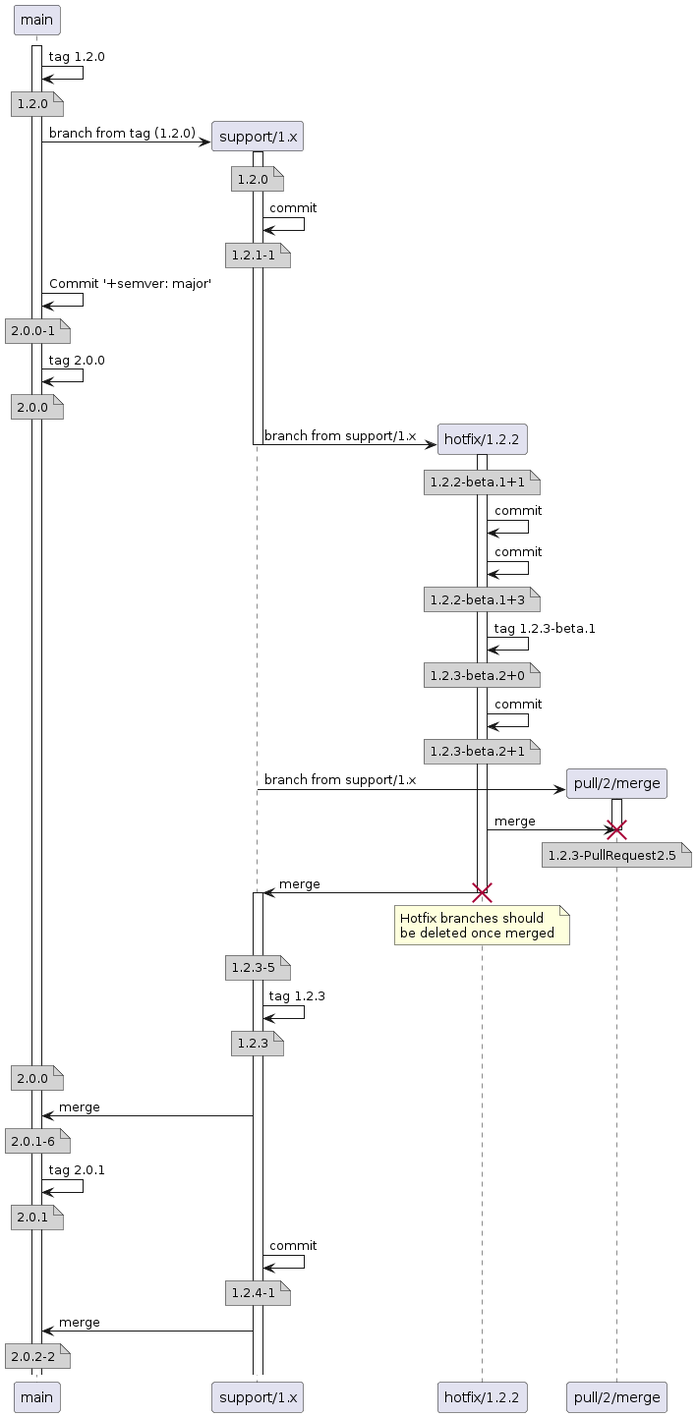
Before: docs/input/docs/img/DocumentationSamplesForGitFlow_SupportBranch.png, a diagram exported from PlantUML (GitTools/GitVersion).
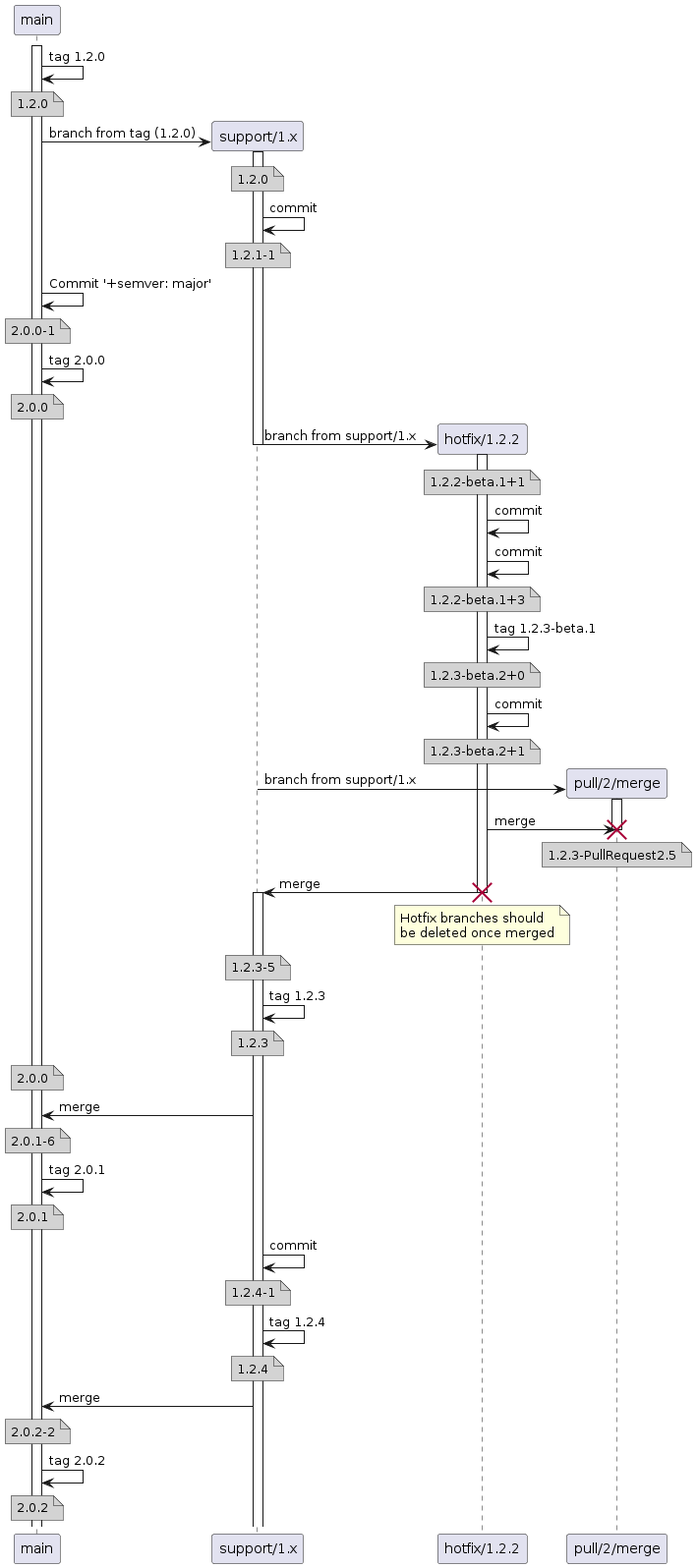
Later version of the same file.

Diff of the diagram source:
```diff
@@ -1,87 +1,95 @@
 @startuml
 participant main
-activate main
-main -> main: tag 1.2.0
-note over main #D3D3D3
-  1.2.0
-end note
-create participant "support/1.x" as support
-main -> support: branch from tag (1.2.0)
-activate support
-note over support #D3D3D3
-  1.2.0
-end note
-support -> support: commit
-note over support #D3D3D3
-  1.2.1-1
-end note
-main -> main: Commit '+semver: major'
-note over main #D3D3D3
-  2.0.0-1
-end note
-main -> main: tag 2.0.0
-note over main #D3D3D3
-  2.0.0
-end note
-create participant "hotfix/1.2.2" as hotfix
-support -> hotfix: branch from support/1.x
-deactivate support
-activate hotfix
-note over hotfix #D3D3D3
-  1.2.2-beta.1+1
-end note
-hotfix -> hotfix: commit
-hotfix -> hotfix: commit
-note over hotfix #D3D3D3
-  1.2.2-beta.1+3
-end note
-hotfix -> hotfix: tag 1.2.3-beta.1
-note over hotfix #D3D3D3
-  1.2.3-beta.2+0
-end note
-hotfix -> hotfix: commit
-note over hotfix #D3D3D3
-  1.2.3-beta.2+1
-end note
-create participant "pull/2/merge" as pull
-support -> pull: branch from support/1.x
-activate pull
-hotfix -> pull: merge
-note over pull #D3D3D3
-  1.2.3-PullRequest2.5
-end note
-destroy pull
-hotfix -> support: merge
-destroy hotfix
-note over hotfix
-  Hotfix branches should
-  be deleted once merged
-end note
-note over support #D3D3D3
-  1.2.3-5
-end note
-activate support
-support -> support: tag 1.2.3
-note over support #D3D3D3
-  1.2.3
-end note
-note over main #D3D3D3
-  2.0.0
-end note
-support -> main: merge
-note over main #D3D3D3
-  2.0.1-6
-end note
-main -> main: tag 2.0.1
-note over main #D3D3D3
-  2.0.1
-end note
-support -> support: commit
-note over support #D3D3D3
-  1.2.4-1
-end note
-support -> main: merge
-note over main #D3D3D3
-  2.0.2-2
-end note
+    activate main
+    main -> main: tag 1.2.0
+    note over main #D3D3D3
+      1.2.0
+    end note
+    create participant "support/1.x" as support
+    main -> support: branch from tag (1.2.0)
+    activate support
+    note over support #D3D3D3
+      1.2.0
+    end note
+    support -> support: commit
+    note over support #D3D3D3
+      1.2.1-1
+    end note
+    main -> main: Commit '+semver: major'
+    note over main #D3D3D3
+      2.0.0-1
+    end note
+    main -> main: tag 2.0.0
+    note over main #D3D3D3
+      2.0.0
+    end note
+    create participant "hotfix/1.2.2" as hotfix
+    support -> hotfix: branch from support/1.x
+    deactivate support
+    activate hotfix
+    note over hotfix #D3D3D3
+      1.2.2-beta.1+1
+    end note
+    hotfix -> hotfix: commit
+    hotfix -> hotfix: commit
+    note over hotfix #D3D3D3
+      1.2.2-beta.1+3
+    end note
+    hotfix -> hotfix: tag 1.2.3-beta.1
+    note over hotfix #D3D3D3
+      1.2.3-beta.2+0
+    end note
+    hotfix -> hotfix: commit
+    note over hotfix #D3D3D3
+      1.2.3-beta.2+1
+    end note
+    create participant "pull/2/merge" as pull
+    support -> pull: branch from support/1.x
+    activate pull
+    hotfix -> pull: merge
+    note over pull #D3D3D3
+      1.2.3-PullRequest2.5
+    end note
+    destroy pull
+    hotfix -> support: merge
+    destroy hotfix
+    note over hotfix
+      Hotfix branches should
+      be deleted once merged
+    end note
+    note over support #D3D3D3
+      1.2.3-5
+    end note
+    activate support
+    support -> support: tag 1.2.3
+    note over support #D3D3D3
+      1.2.3
+    end note
+    note over main #D3D3D3
+      2.0.0
+    end note
+    support -> main: merge
+    note over main #D3D3D3
+      2.0.1-6
+    end note
+    main -> main: tag 2.0.1
+    note over main #D3D3D3
+      2.0.1
+    end note
+    support -> support: commit
+    note over support #D3D3D3
+      1.2.4-1
+    end note
+    support -> support: tag 1.2.4
+    note over support #D3D3D3
+      1.2.4
+    end note
+    support -> main: merge
+    note over main #D3D3D3
+      2.0.2-2
+    end note
+    main -> main: tag 2.0.2
+    note over main #D3D3D3
+      2.0.2
+    end note
 @enduml
```
